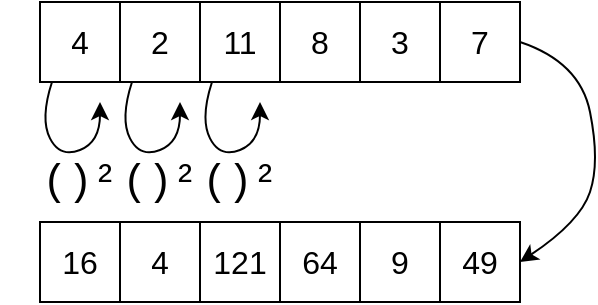
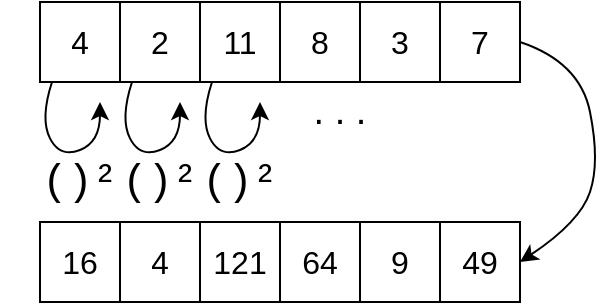
<mxfile host="app.diagrams.net">
  <diagram name="Seite-1" id="jiNS8b9lsWIv7IEf5Kx6">
    <mxGraphModel dx="455" dy="290" grid="1" gridSize="10" guides="1" tooltips="1" connect="1" arrows="1" fold="1" page="1" pageScale="1" pageWidth="827" pageHeight="1169" background="#ffffff" math="0" shadow="0">
      <root>
        <mxCell id="0" />
        <mxCell id="1" parent="0" />
        <mxCell id="7tGmn4bDMG3RQYlJD4uc-1" parent="1" style="shape=table;startSize=0;container=1;collapsible=0;childLayout=tableLayout;fontSize=16;" value="" vertex="1">
          <mxGeometry height="40" width="120" x="40" y="40" as="geometry" />
        </mxCell>
        <mxCell id="7tGmn4bDMG3RQYlJD4uc-2" parent="7tGmn4bDMG3RQYlJD4uc-1" style="shape=tableRow;horizontal=0;startSize=0;swimlaneHead=0;swimlaneBody=0;strokeColor=inherit;top=0;left=0;bottom=0;right=0;collapsible=0;dropTarget=0;fillColor=none;points=[[0,0.5],[1,0.5]];portConstraint=eastwest;fontSize=16;" value="" vertex="1">
          <mxGeometry height="40" width="120" as="geometry" />
        </mxCell>
        <mxCell id="7tGmn4bDMG3RQYlJD4uc-3" parent="7tGmn4bDMG3RQYlJD4uc-2" style="shape=partialRectangle;html=1;whiteSpace=wrap;connectable=0;strokeColor=inherit;overflow=hidden;fillColor=none;top=0;left=0;bottom=0;right=0;pointerEvents=1;fontSize=16;" value="4" vertex="1">
          <mxGeometry height="40" width="40" as="geometry">
            <mxRectangle height="40" width="40" as="alternateBounds" />
          </mxGeometry>
        </mxCell>
        <mxCell id="7tGmn4bDMG3RQYlJD4uc-4" parent="7tGmn4bDMG3RQYlJD4uc-2" style="shape=partialRectangle;html=1;whiteSpace=wrap;connectable=0;strokeColor=inherit;overflow=hidden;fillColor=none;top=0;left=0;bottom=0;right=0;pointerEvents=1;fontSize=16;" value="2" vertex="1">
          <mxGeometry height="40" width="40" x="40" as="geometry">
            <mxRectangle height="40" width="40" as="alternateBounds" />
          </mxGeometry>
        </mxCell>
        <mxCell id="7tGmn4bDMG3RQYlJD4uc-5" parent="7tGmn4bDMG3RQYlJD4uc-2" style="shape=partialRectangle;html=1;whiteSpace=wrap;connectable=0;strokeColor=inherit;overflow=hidden;fillColor=none;top=0;left=0;bottom=0;right=0;pointerEvents=1;fontSize=16;" value="11" vertex="1">
          <mxGeometry height="40" width="40" x="80" as="geometry">
            <mxRectangle height="40" width="40" as="alternateBounds" />
          </mxGeometry>
        </mxCell>
        <mxCell id="7tGmn4bDMG3RQYlJD4uc-19" parent="1" style="shape=table;startSize=0;container=1;collapsible=0;childLayout=tableLayout;fontSize=16;" value="" vertex="1">
          <mxGeometry height="40" width="120" x="160" y="40" as="geometry" />
        </mxCell>
        <mxCell id="7tGmn4bDMG3RQYlJD4uc-20" parent="7tGmn4bDMG3RQYlJD4uc-19" style="shape=tableRow;horizontal=0;startSize=0;swimlaneHead=0;swimlaneBody=0;strokeColor=inherit;top=0;left=0;bottom=0;right=0;collapsible=0;dropTarget=0;fillColor=none;points=[[0,0.5],[1,0.5]];portConstraint=eastwest;fontSize=16;" value="" vertex="1">
          <mxGeometry height="40" width="120" as="geometry" />
        </mxCell>
        <mxCell id="7tGmn4bDMG3RQYlJD4uc-21" parent="7tGmn4bDMG3RQYlJD4uc-20" style="shape=partialRectangle;html=1;whiteSpace=wrap;connectable=0;strokeColor=inherit;overflow=hidden;fillColor=none;top=0;left=0;bottom=0;right=0;pointerEvents=1;fontSize=16;" value="8" vertex="1">
          <mxGeometry height="40" width="40" as="geometry">
            <mxRectangle height="40" width="40" as="alternateBounds" />
          </mxGeometry>
        </mxCell>
        <mxCell id="7tGmn4bDMG3RQYlJD4uc-22" parent="7tGmn4bDMG3RQYlJD4uc-20" style="shape=partialRectangle;html=1;whiteSpace=wrap;connectable=0;strokeColor=inherit;overflow=hidden;fillColor=none;top=0;left=0;bottom=0;right=0;pointerEvents=1;fontSize=16;" value="3" vertex="1">
          <mxGeometry height="40" width="40" x="40" as="geometry">
            <mxRectangle height="40" width="40" as="alternateBounds" />
          </mxGeometry>
        </mxCell>
        <mxCell id="7tGmn4bDMG3RQYlJD4uc-23" parent="7tGmn4bDMG3RQYlJD4uc-20" style="shape=partialRectangle;html=1;whiteSpace=wrap;connectable=0;strokeColor=inherit;overflow=hidden;fillColor=none;top=0;left=0;bottom=0;right=0;pointerEvents=1;fontSize=16;" value="7" vertex="1">
          <mxGeometry height="40" width="40" x="80" as="geometry">
            <mxRectangle height="40" width="40" as="alternateBounds" />
          </mxGeometry>
        </mxCell>
        <mxCell id="7tGmn4bDMG3RQYlJD4uc-29" edge="1" parent="1" style="curved=1;endArrow=classic;html=1;rounded=0;exitX=0.05;exitY=1.04;exitDx=0;exitDy=0;exitPerimeter=0;" value="">
          <mxGeometry height="50" relative="1" width="50" as="geometry">
            <Array as="points">
              <mxPoint x="40" y="98.4" />
              <mxPoint x="50" y="118" />
              <mxPoint x="70" y="110" />
            </Array>
            <mxPoint x="46" y="80" as="sourcePoint" />
            <mxPoint x="70" y="90" as="targetPoint" />
          </mxGeometry>
        </mxCell>
        <mxCell id="7tGmn4bDMG3RQYlJD4uc-30" parent="1" style="text;html=1;whiteSpace=wrap;strokeColor=none;fillColor=none;align=center;verticalAlign=middle;rounded=0;" value="&lt;font face=&quot;Courier New&quot; style=&quot;font-size: 21px;&quot;&gt;()²&lt;/font&gt;" vertex="1">
          <mxGeometry height="40" width="80" x="20" y="110" as="geometry" />
        </mxCell>
        <mxCell id="7tGmn4bDMG3RQYlJD4uc-31" edge="1" parent="1" style="curved=1;endArrow=classic;html=1;rounded=0;exitX=0.05;exitY=1.04;exitDx=0;exitDy=0;exitPerimeter=0;" value="">
          <mxGeometry height="50" relative="1" width="50" as="geometry">
            <Array as="points">
              <mxPoint x="80" y="98.4" />
              <mxPoint x="90" y="118" />
              <mxPoint x="110" y="110" />
            </Array>
            <mxPoint x="86" y="80" as="sourcePoint" />
            <mxPoint x="110" y="90" as="targetPoint" />
          </mxGeometry>
        </mxCell>
        <mxCell id="7tGmn4bDMG3RQYlJD4uc-32" parent="1" style="text;html=1;whiteSpace=wrap;strokeColor=none;fillColor=none;align=center;verticalAlign=middle;rounded=0;" value="&lt;font face=&quot;Courier New&quot; style=&quot;font-size: 21px;&quot;&gt;()²&lt;/font&gt;" vertex="1">
          <mxGeometry height="40" width="80" x="60" y="110" as="geometry" />
        </mxCell>
        <mxCell id="7tGmn4bDMG3RQYlJD4uc-33" edge="1" parent="1" style="curved=1;endArrow=classic;html=1;rounded=0;exitX=0.05;exitY=1.04;exitDx=0;exitDy=0;exitPerimeter=0;" value="">
          <mxGeometry height="50" relative="1" width="50" as="geometry">
            <Array as="points">
              <mxPoint x="120" y="98.4" />
              <mxPoint x="130" y="118" />
              <mxPoint x="150" y="110" />
            </Array>
            <mxPoint x="126" y="80" as="sourcePoint" />
            <mxPoint x="150" y="90" as="targetPoint" />
          </mxGeometry>
        </mxCell>
        <mxCell id="7tGmn4bDMG3RQYlJD4uc-34" parent="1" style="text;html=1;whiteSpace=wrap;strokeColor=none;fillColor=none;align=center;verticalAlign=middle;rounded=0;" value="&lt;font face=&quot;Courier New&quot; style=&quot;font-size: 21px;&quot;&gt;()²&lt;/font&gt;" vertex="1">
          <mxGeometry height="40" width="80" x="100" y="110" as="geometry" />
        </mxCell>
        <mxCell id="7tGmn4bDMG3RQYlJD4uc-35" parent="1" style="shape=table;startSize=0;container=1;collapsible=0;childLayout=tableLayout;fontSize=16;" value="" vertex="1">
          <mxGeometry height="40" width="120" x="40" y="150" as="geometry" />
        </mxCell>
        <mxCell id="7tGmn4bDMG3RQYlJD4uc-36" parent="7tGmn4bDMG3RQYlJD4uc-35" style="shape=tableRow;horizontal=0;startSize=0;swimlaneHead=0;swimlaneBody=0;strokeColor=inherit;top=0;left=0;bottom=0;right=0;collapsible=0;dropTarget=0;fillColor=none;points=[[0,0.5],[1,0.5]];portConstraint=eastwest;fontSize=16;" value="" vertex="1">
          <mxGeometry height="40" width="120" as="geometry" />
        </mxCell>
        <mxCell id="7tGmn4bDMG3RQYlJD4uc-37" parent="7tGmn4bDMG3RQYlJD4uc-36" style="shape=partialRectangle;html=1;whiteSpace=wrap;connectable=0;strokeColor=inherit;overflow=hidden;fillColor=none;top=0;left=0;bottom=0;right=0;pointerEvents=1;fontSize=16;" value="16" vertex="1">
          <mxGeometry height="40" width="40" as="geometry">
            <mxRectangle height="40" width="40" as="alternateBounds" />
          </mxGeometry>
        </mxCell>
        <mxCell id="7tGmn4bDMG3RQYlJD4uc-38" parent="7tGmn4bDMG3RQYlJD4uc-36" style="shape=partialRectangle;html=1;whiteSpace=wrap;connectable=0;strokeColor=inherit;overflow=hidden;fillColor=none;top=0;left=0;bottom=0;right=0;pointerEvents=1;fontSize=16;" value="4" vertex="1">
          <mxGeometry height="40" width="40" x="40" as="geometry">
            <mxRectangle height="40" width="40" as="alternateBounds" />
          </mxGeometry>
        </mxCell>
        <mxCell id="7tGmn4bDMG3RQYlJD4uc-39" parent="7tGmn4bDMG3RQYlJD4uc-36" style="shape=partialRectangle;html=1;whiteSpace=wrap;connectable=0;strokeColor=inherit;overflow=hidden;fillColor=none;top=0;left=0;bottom=0;right=0;pointerEvents=1;fontSize=16;" value="121" vertex="1">
          <mxGeometry height="40" width="40" x="80" as="geometry">
            <mxRectangle height="40" width="40" as="alternateBounds" />
          </mxGeometry>
        </mxCell>
        <mxCell id="7tGmn4bDMG3RQYlJD4uc-40" parent="1" style="shape=table;startSize=0;container=1;collapsible=0;childLayout=tableLayout;fontSize=16;" value="" vertex="1">
          <mxGeometry height="40" width="120" x="160" y="150" as="geometry" />
        </mxCell>
        <mxCell id="7tGmn4bDMG3RQYlJD4uc-41" parent="7tGmn4bDMG3RQYlJD4uc-40" style="shape=tableRow;horizontal=0;startSize=0;swimlaneHead=0;swimlaneBody=0;strokeColor=inherit;top=0;left=0;bottom=0;right=0;collapsible=0;dropTarget=0;fillColor=none;points=[[0,0.5],[1,0.5]];portConstraint=eastwest;fontSize=16;" value="" vertex="1">
          <mxGeometry height="40" width="120" as="geometry" />
        </mxCell>
        <mxCell id="7tGmn4bDMG3RQYlJD4uc-42" parent="7tGmn4bDMG3RQYlJD4uc-41" style="shape=partialRectangle;html=1;whiteSpace=wrap;connectable=0;strokeColor=inherit;overflow=hidden;fillColor=none;top=0;left=0;bottom=0;right=0;pointerEvents=1;fontSize=16;" value="64" vertex="1">
          <mxGeometry height="40" width="40" as="geometry">
            <mxRectangle height="40" width="40" as="alternateBounds" />
          </mxGeometry>
        </mxCell>
        <mxCell id="7tGmn4bDMG3RQYlJD4uc-43" parent="7tGmn4bDMG3RQYlJD4uc-41" style="shape=partialRectangle;html=1;whiteSpace=wrap;connectable=0;strokeColor=inherit;overflow=hidden;fillColor=none;top=0;left=0;bottom=0;right=0;pointerEvents=1;fontSize=16;" value="9" vertex="1">
          <mxGeometry height="40" width="40" x="40" as="geometry">
            <mxRectangle height="40" width="40" as="alternateBounds" />
          </mxGeometry>
        </mxCell>
        <mxCell id="7tGmn4bDMG3RQYlJD4uc-44" parent="7tGmn4bDMG3RQYlJD4uc-41" style="shape=partialRectangle;html=1;whiteSpace=wrap;connectable=0;strokeColor=inherit;overflow=hidden;fillColor=none;top=0;left=0;bottom=0;right=0;pointerEvents=1;fontSize=16;" value="49" vertex="1">
          <mxGeometry height="40" width="40" x="80" as="geometry">
            <mxRectangle height="40" width="40" as="alternateBounds" />
          </mxGeometry>
        </mxCell>
        <mxCell id="7tGmn4bDMG3RQYlJD4uc-47" edge="1" parent="1" style="curved=1;endArrow=classic;html=1;rounded=0;entryX=1;entryY=0.5;entryDx=0;entryDy=0;" target="7tGmn4bDMG3RQYlJD4uc-40" value="">
          <mxGeometry height="50" relative="1" width="50" as="geometry">
            <Array as="points">
              <mxPoint x="310" y="70" />
              <mxPoint x="320" y="120" />
              <mxPoint x="310" y="150" />
            </Array>
            <mxPoint x="280" y="60" as="sourcePoint" />
            <mxPoint x="330" y="10" as="targetPoint" />
          </mxGeometry>
        </mxCell>
+         <mxCell id="PcO2N19sTENgsJ-wBFsR-2" parent="1" style="text;html=1;whiteSpace=wrap;strokeColor=none;fillColor=none;align=center;verticalAlign=middle;rounded=0;" value="&lt;font style=&quot;font-size: 19px;&quot;&gt;. . .&lt;/font&gt;" vertex="1">
+           <mxGeometry height="30" width="60" x="160" y="80" as="geometry" />
+         </mxCell>
      </root>
    </mxGraphModel>
  </diagram>
</mxfile>
